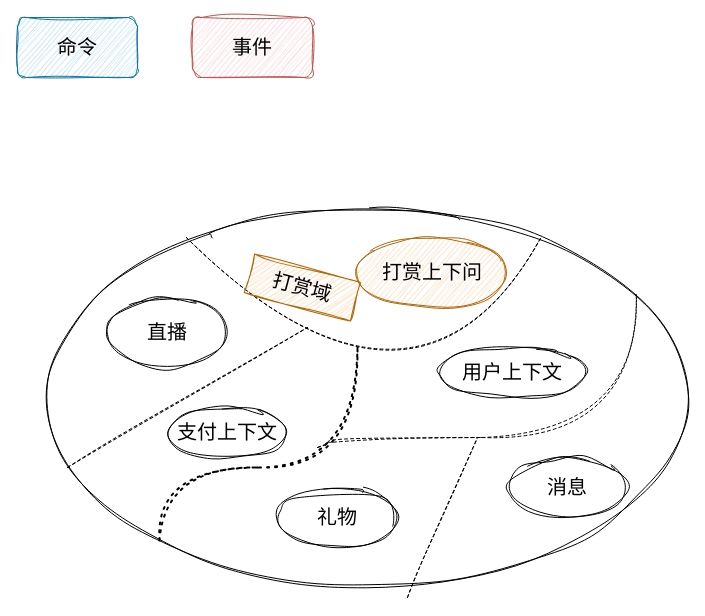
Before: 未命名绘图.drawio in seuzxc/book, a draw.io diagram. Source tidied: cells renumbered, new cells numbered last; positions are measured from the earlier drawing's top-left corner, leaving out a move shared by most shapes. Both pictures are drawn from the tidied source at 100%, with x=0, y=0 at pixel (17, 17).
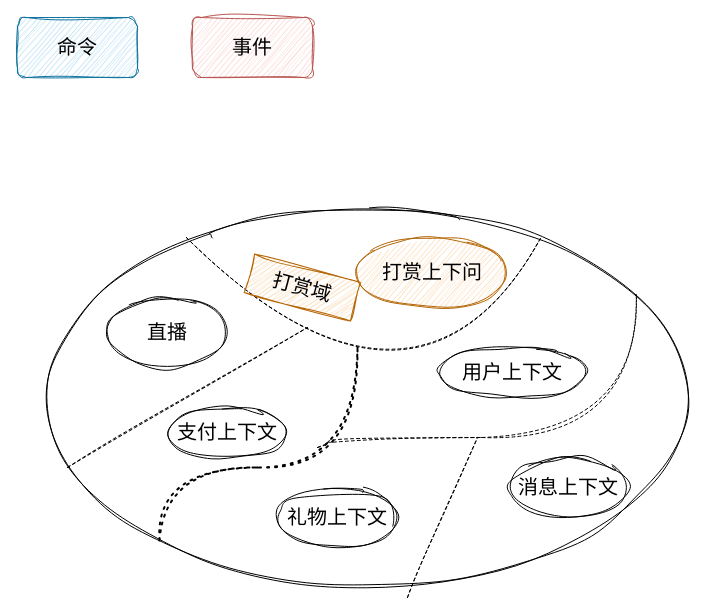
After the change.

Commit message (it also covers changes not shown here):
更新未命名绘图.drawio

What changed in the source:
```diff
@@
-    <mxCell id="13" value="礼物" style="ellipse;whiteSpace=wrap;html=1;sketch=1;hachureGap=4;jiggle=2;curveFitting=1;fontFamily=Architects Daughter;fontSize=20;" parent="1" vertex="1">
+    <mxCell id="13" value="礼物上下文" style="ellipse;whiteSpace=wrap;html=1;sketch=1;hachureGap=4;jiggle=2;curveFitting=1;fontFamily=Architects Daughter;fontSize=20;" parent="1" vertex="1">
       <mxGeometry x="260" y="470" width="120" height="60" as="geometry" />
     </mxCell>
-    <mxCell id="14" value="消息" style="ellipse;whiteSpace=wrap;html=1;sketch=1;hachureGap=4;jiggle=2;curveFitting=1;fontFamily=Architects Daughter;fontSize=20;" parent="1" vertex="1">
-      <mxGeometry x="490" y="440" width="120" height="60" as="geometry" />
+    <mxCell id="14" value="消息上下文" style="ellipse;whiteSpace=wrap;html=1;sketch=1;hachureGap=4;jiggle=2;curveFitting=1;fontFamily=Architects Daughter;fontSize=20;" parent="1" vertex="1">
+      <mxGeometry x="491" y="440" width="120" height="60" as="geometry" />
     </mxCell>
```
